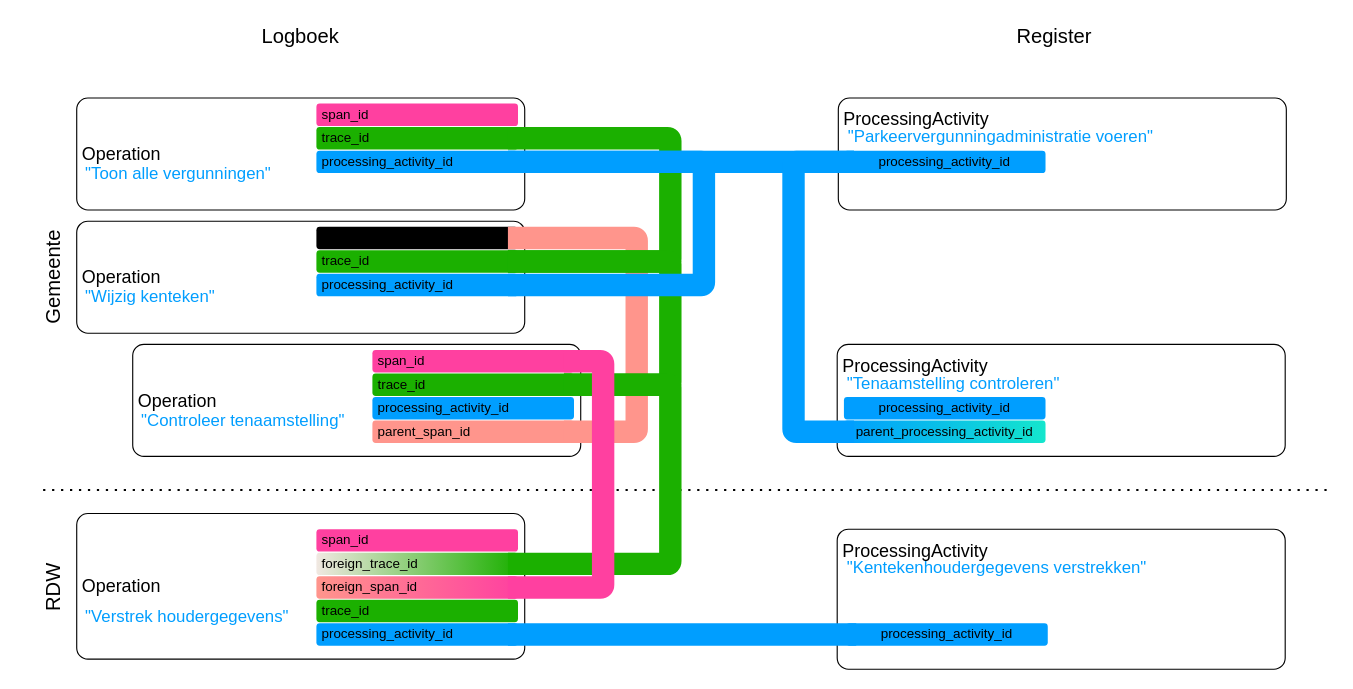
This is page "Totaal-voorbeeld" (1 of 3) of media/LogboekDataVerwerking.drawio from Logius-standaarden/logboek-dataverwerkingen-inleiding, a draw.io file, before an edit. Source tidied: cells renumbered, new cells numbered last; positions are measured from the earlier drawing's top-left corner, leaving out a move shared by most shapes. Both pictures are drawn from the tidied source at 112%, with x=0, y=0 at pixel (20, 19).
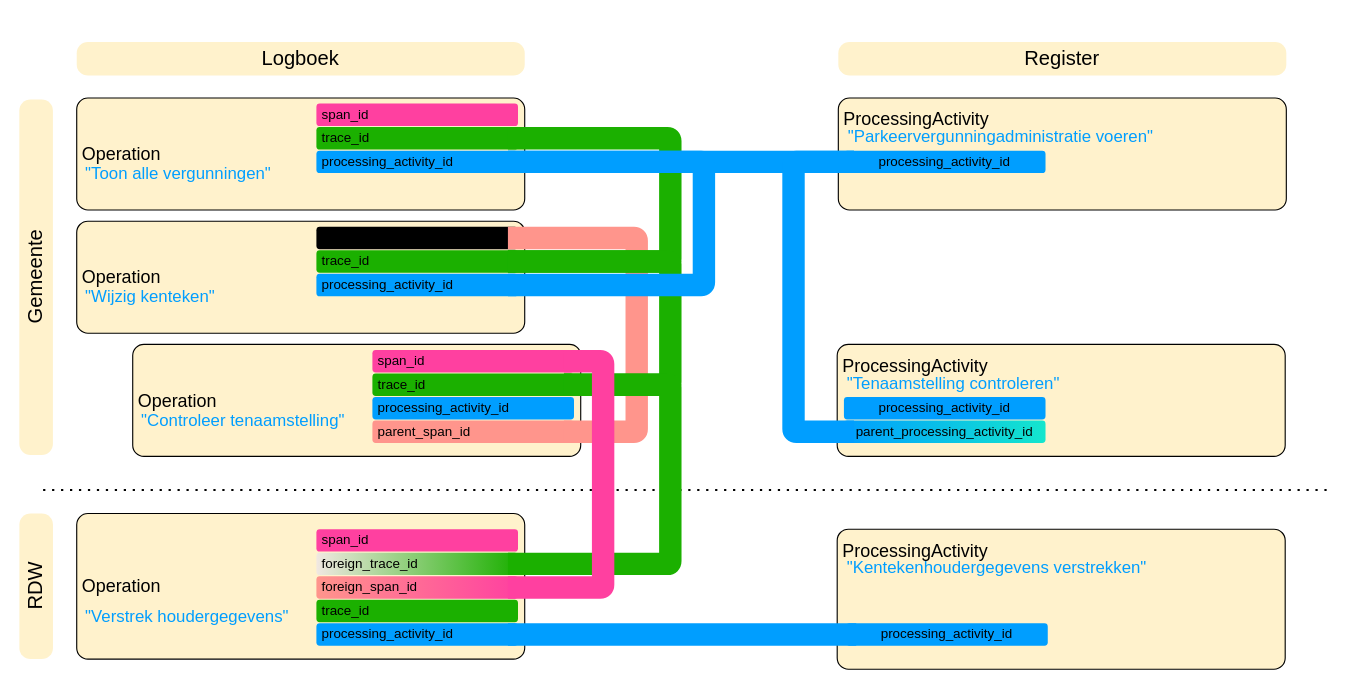
The same diagram, later.

Change to the diagram source:
```diff
@@
-    <mxCell id="2" value="Operation" style="rounded=1;whiteSpace=wrap;html=1;align=left;fontSize=16;spacing=5;absoluteArcSize=1;" parent="1" vertex="1">
+    <mxCell id="2" value="Operation" style="rounded=1;whiteSpace=wrap;html=1;align=left;fontSize=16;spacing=5;absoluteArcSize=1;fillColor=#FFF2CC;" parent="1" vertex="1">
       <mxGeometry x="50" y="70" width="400" height="100" as="geometry" />
     </mxCell>
@@
-    <mxCell id="6" value="Operation" style="rounded=1;whiteSpace=wrap;html=1;align=left;fontSize=16;spacing=5;absoluteArcSize=1;" parent="1" vertex="1">
+    <mxCell id="6" value="Operation" style="rounded=1;whiteSpace=wrap;html=1;align=left;fontSize=16;spacing=5;absoluteArcSize=1;fillColor=#FFF2CC;" parent="1" vertex="1">
       <mxGeometry x="50" y="180" width="400" height="100" as="geometry" />
     </mxCell>
@@
-    <mxCell id="12" value="Operation" style="rounded=1;whiteSpace=wrap;html=1;align=left;fontSize=16;spacing=5;absoluteArcSize=1;" parent="1" vertex="1">
+    <mxCell id="12" value="Operation" style="rounded=1;whiteSpace=wrap;html=1;align=left;fontSize=16;spacing=5;absoluteArcSize=1;fillColor=#FFF2CC;" parent="1" vertex="1">
       <mxGeometry x="100" y="290" width="400" height="100" as="geometry" />
     </mxCell>
@@
-    <mxCell id="17" value="Operation" style="rounded=1;whiteSpace=wrap;html=1;align=left;fontSize=16;spacing=5;absoluteArcSize=1;" parent="1" vertex="1">
+    <mxCell id="17" value="Operation" style="rounded=1;whiteSpace=wrap;html=1;align=left;fontSize=16;spacing=5;absoluteArcSize=1;fillColor=#FFF2CC;" parent="1" vertex="1">
       <mxGeometry x="50" y="441" width="400" height="130" as="geometry" />
     </mxCell>
@@
-    <mxCell id="26" value="ProcessingActivity" style="rounded=1;whiteSpace=wrap;html=1;align=left;fontSize=16;spacing=5;absoluteArcSize=1;verticalAlign=top;" parent="1" vertex="1">
+    <mxCell id="26" value="ProcessingActivity" style="rounded=1;whiteSpace=wrap;html=1;align=left;fontSize=16;spacing=5;absoluteArcSize=1;verticalAlign=top;fillColor=#FFF2CC;" parent="1" vertex="1">
       <mxGeometry x="730" y="70" width="400" height="100" as="geometry" />
     </mxCell>
@@
-    <mxCell id="30" value="ProcessingActivity" style="rounded=1;whiteSpace=wrap;html=1;align=left;fontSize=16;spacing=5;absoluteArcSize=1;verticalAlign=top;" parent="1" vertex="1">
+    <mxCell id="30" value="ProcessingActivity" style="rounded=1;whiteSpace=wrap;html=1;align=left;fontSize=16;spacing=5;absoluteArcSize=1;verticalAlign=top;fillColor=#FFF2CC;" parent="1" vertex="1">
       <mxGeometry x="729" y="290" width="400" height="100" as="geometry" />
     </mxCell>
@@
-    <mxCell id="35" value="ProcessingActivity" style="rounded=1;whiteSpace=wrap;html=1;align=left;fontSize=16;spacing=5;absoluteArcSize=1;verticalAlign=top;" parent="1" vertex="1">
+    <mxCell id="35" value="ProcessingActivity" style="rounded=1;whiteSpace=wrap;html=1;align=left;fontSize=16;spacing=5;absoluteArcSize=1;verticalAlign=top;fillColor=#FFF2CC;" parent="1" vertex="1">
       <mxGeometry x="729" y="455" width="400" height="125" as="geometry" />
     </mxCell>
@@
-    <mxCell id="37" value="Gemeente" style="text;html=1;align=center;verticalAlign=middle;whiteSpace=wrap;rounded=0;rotation=-90;fontSize=18;" parent="1" vertex="1">
-      <mxGeometry y="215" width="60" height="30" as="geometry" />
+    <mxCell id="37" value="Gemeente" style="text;html=1;align=center;verticalAlign=middle;whiteSpace=wrap;rounded=1;rotation=-90;fontSize=18;fillColor=#fff2cc;strokeColor=none;absoluteArcSize=1;" parent="1" vertex="1">
+      <mxGeometry x="-145" y="215" width="317.5" height="30" as="geometry" />
     </mxCell>
-    <mxCell id="38" value="RDW" style="text;html=1;align=center;verticalAlign=middle;whiteSpace=wrap;rounded=0;rotation=-90;fontSize=18;" parent="1" vertex="1">
-      <mxGeometry y="492" width="60" height="30" as="geometry" />
+    <mxCell id="38" value="RDW" style="text;html=1;align=center;verticalAlign=middle;whiteSpace=wrap;rounded=1;rotation=-90;fontSize=18;fillColor=#fff2cc;strokeColor=none;absoluteArcSize=1;" parent="1" vertex="1">
+      <mxGeometry x="-51.2" y="491" width="130" height="30" as="geometry" />
     </mxCell>
-    <mxCell id="39" value="Logboek" style="text;html=1;align=center;verticalAlign=middle;whiteSpace=wrap;rounded=0;rotation=0;fontSize=18;" parent="1" vertex="1">
-      <mxGeometry x="220" width="60" height="30" as="geometry" />
+    <mxCell id="39" value="Logboek" style="text;html=1;align=center;verticalAlign=middle;whiteSpace=wrap;rounded=1;rotation=0;fontSize=18;fillColor=#fff2cc;strokeColor=none;absoluteArcSize=1;" parent="1" vertex="1">
+      <mxGeometry x="50" y="20" width="400" height="30" as="geometry" />
     </mxCell>
-    <mxCell id="40" value="Register" style="text;html=1;align=center;verticalAlign=middle;whiteSpace=wrap;rounded=0;rotation=0;fontSize=18;" parent="1" vertex="1">
-      <mxGeometry x="893" width="60" height="30" as="geometry" />
+    <mxCell id="40" value="Register" style="text;html=1;align=center;verticalAlign=middle;whiteSpace=wrap;rounded=1;rotation=0;fontSize=18;fillColor=#FFF2CC;strokeColor=none;absoluteArcSize=1;" parent="1" vertex="1">
+      <mxGeometry x="730" y="20" width="400" height="30" as="geometry" />
     </mxCell>
```
